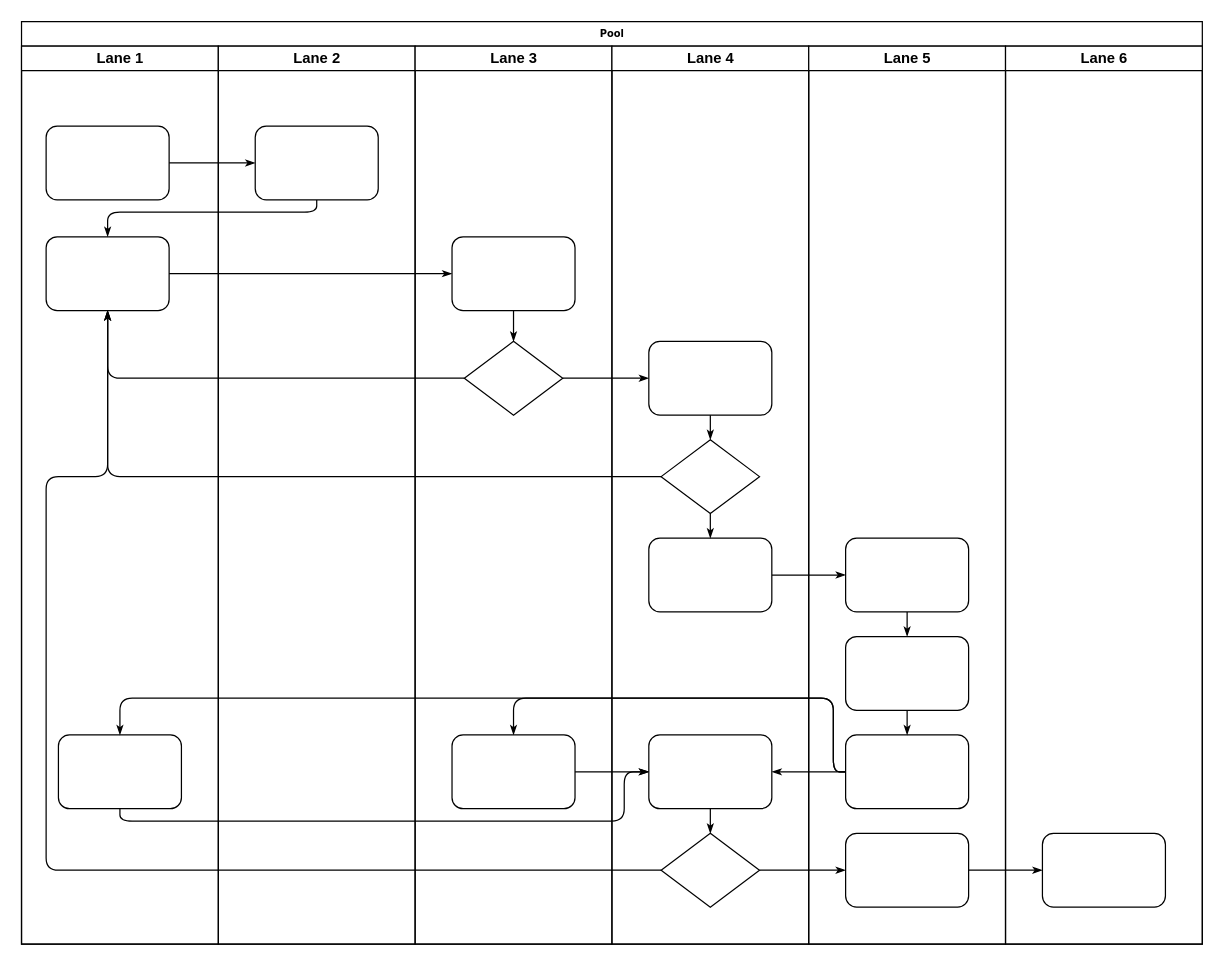
The draw.io diagram Nagoya2025Rescue.drawio in shuji4649/drawio, before the edit. Source tidied: cells renumbered, new cells numbered last; positions are measured from the earlier drawing's top-left corner, leaving out a move shared by most shapes. Both pictures are drawn from the tidied source at 123%, with x=0, y=0 at pixel (21, 21).
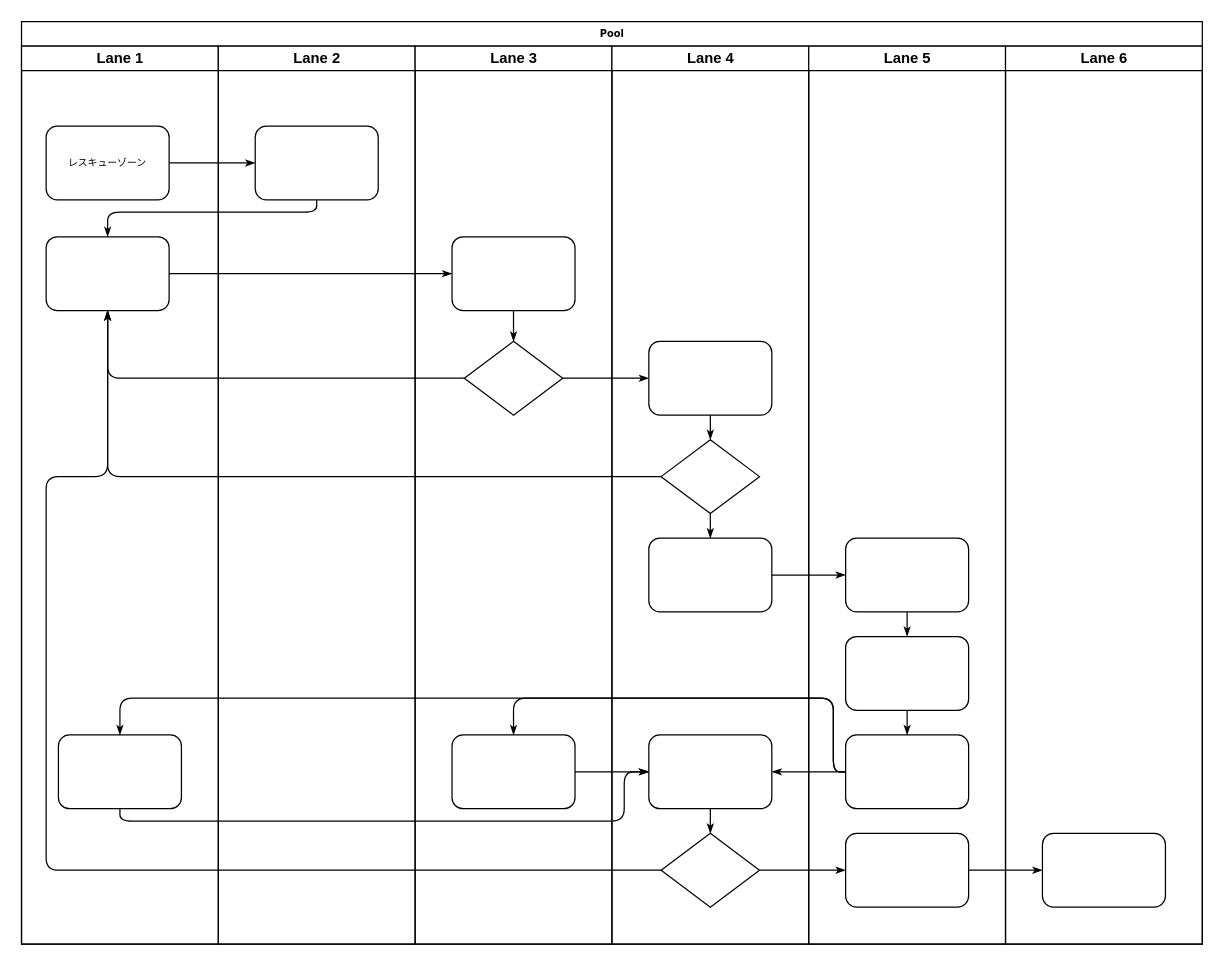
The same diagram, later.

Commit message (it also covers changes not shown here):
Nagoya2025Rescue.drawio を更新します

The change refers to these unchanged cells:
```xml
<mxCell id="3" value="Lane 1" style="swimlane;html=1;startSize=20;" parent="2" vertex="1">
  <mxGeometry y="20" width="160" height="730" as="geometry" />
</mxCell>
```

What changed in the source:
```diff
@@
-    <mxCell id="4" style="rounded=1;whiteSpace=wrap;html=1;shadow=0;labelBackgroundColor=none;strokeWidth=1;fontFamily=Verdana;fontSize=8;align=center;" parent="3" vertex="1">
+    <mxCell id="4" value="レスキューゾーン" style="rounded=1;whiteSpace=wrap;html=1;shadow=0;labelBackgroundColor=none;strokeWidth=1;fontFamily=Verdana;fontSize=8;align=center;" parent="3" vertex="1">
       <mxGeometry x="20" y="65" width="100" height="60" as="geometry" />
     </mxCell>
```
